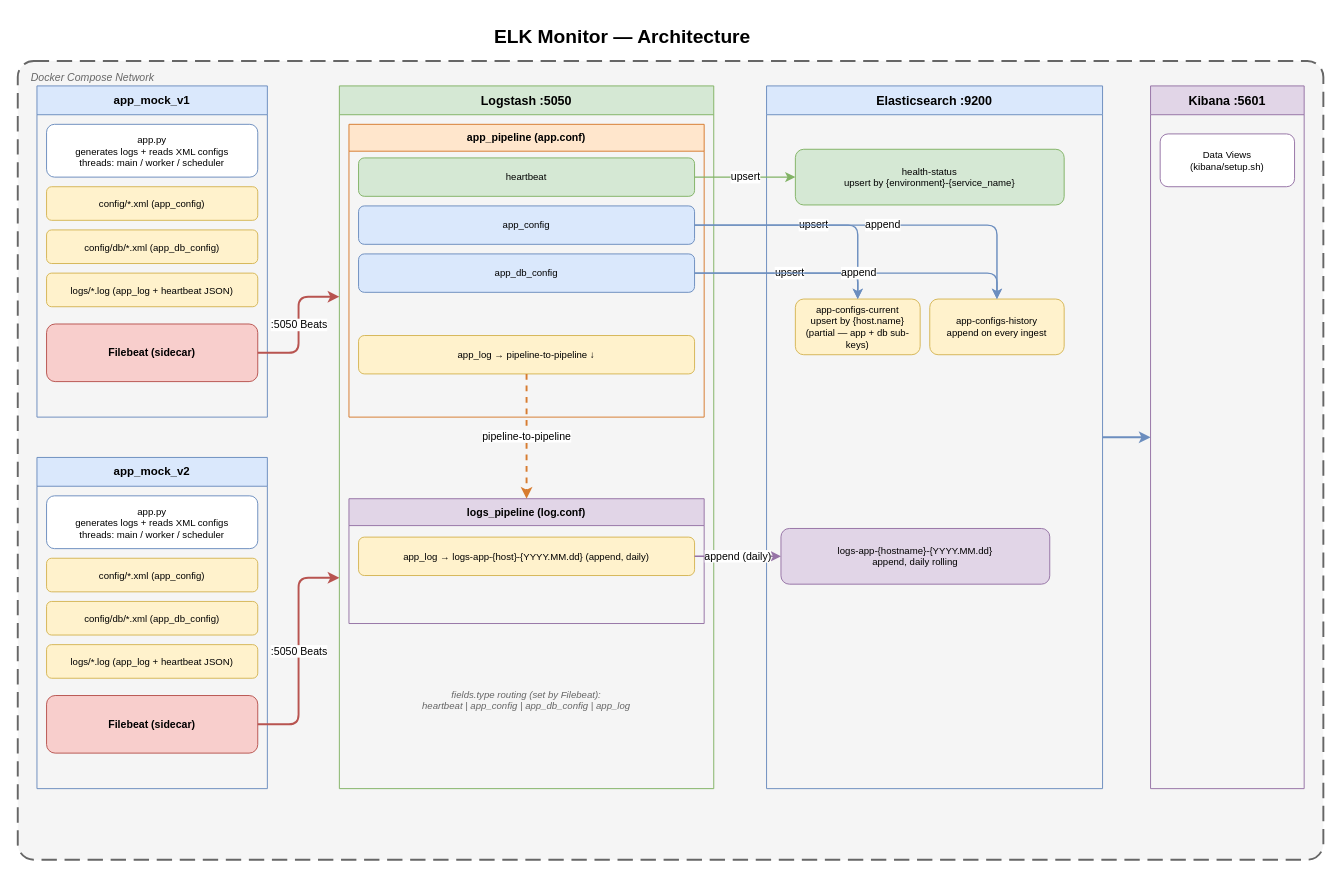
This is architechture-diagram.drawio from chebmyk/ELK_MONITOR, a draw.io file, before an edit. Source tidied: cells renumbered, new cells numbered last; positions are measured from the earlier drawing's top-left corner, leaving out a move shared by most shapes. Both pictures are drawn from the tidied source at 96%, with x=0, y=0 at pixel (17, 18).
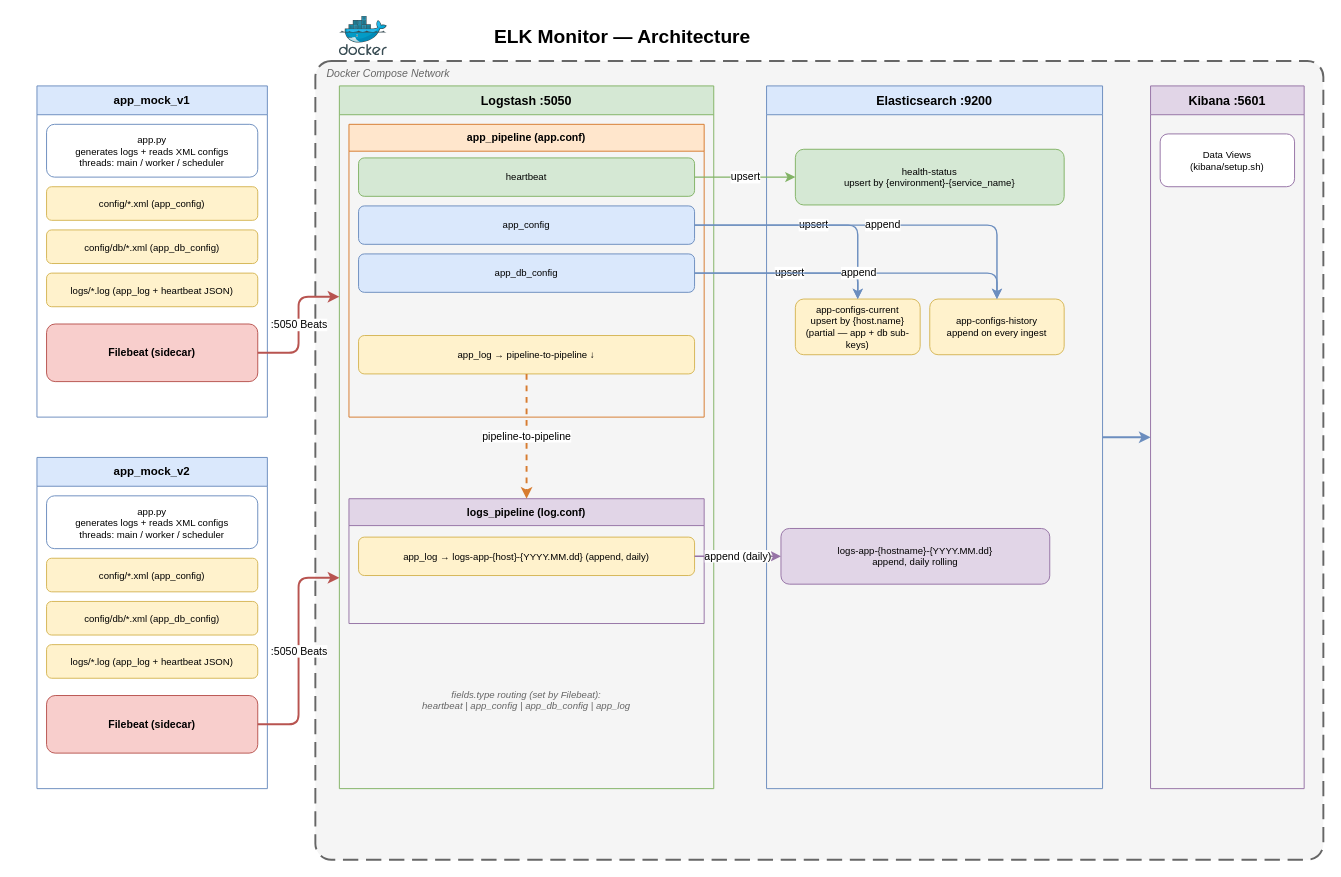
The same diagram, later.

Commit message (it also covers changes not shown here):
Add diagram and update configuration

Change to the diagram source:
```diff
@@
     <mxCell id="3" style="rounded=1;whiteSpace=wrap;html=1;fillColor=#f5f5f5;strokeColor=#666666;fontColor=#333333;strokeWidth=2;dashed=1;dashPattern=8 4;arcSize=2;" parent="1" vertex="1">
-      <mxGeometry y="44" width="1360" height="832" as="geometry" />
+      <mxGeometry x="310" y="44" width="1050" height="832" as="geometry" />
     </mxCell>
     <mxCell id="4" value="Docker Compose Network" style="text;html=1;align=left;verticalAlign=top;fontSize=11;fontColor=#666666;fontStyle=2;" parent="1" vertex="1">
-      <mxGeometry x="12" y="48" width="200" height="20" as="geometry" />
+      <mxGeometry x="320" y="44" width="200" height="20" as="geometry" />
     </mxCell>
@@
+    <mxCell id="43" style="image;sketch=0;html=1;align=center;fontSize=12;image=img/lib/mscae/Docker.svg;" parent="1" vertex="1">
+      <mxGeometry x="335" y="-2.5" width="50" height="41" as="geometry" />
+    </mxCell>
```
